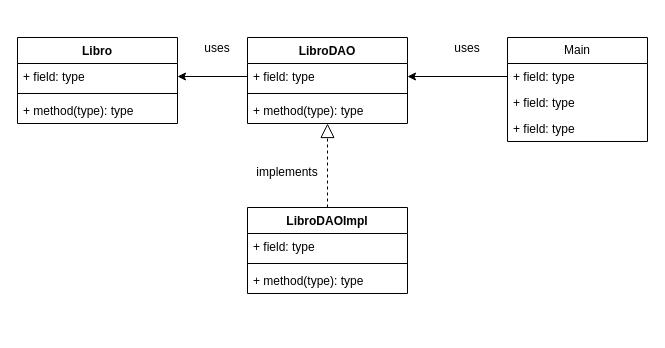
Before: Diagramas/Inventario/DAO.drawio in JorgeADnro/Torres, a draw.io diagram. Source tidied: cells renumbered, new cells numbered last; positions are measured from the earlier drawing's top-left corner, leaving out a move shared by most shapes. Both pictures are drawn from the tidied source at 100%, with x=0, y=0 at pixel (17, 33).
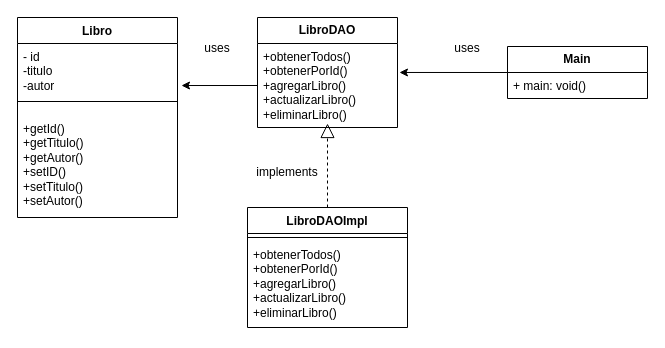
Above is the later version.

Change to the diagram source:
```diff
@@
-    <mxCell id="2" value="Main" style="swimlane;fontStyle=0;horizontal=1;startSize=26;fillColor=none;whiteSpace=wrap;html=1;" parent="1" vertex="1">
-      <mxGeometry x="490" y="4" width="140" height="104" as="geometry" />
+    <mxCell id="2" value="&lt;b&gt;Main&lt;/b&gt;" style="swimlane;fontStyle=0;horizontal=1;startSize=26;fillColor=none;whiteSpace=wrap;html=1;" parent="1" vertex="1">
+      <mxGeometry x="490" y="13" width="140" height="52" as="geometry" />
     </mxCell>
-    <mxCell id="3" value="+ field: type" style="text;strokeColor=none;fillColor=none;align=left;verticalAlign=top;spacingLeft=4;spacingRight=4;overflow=hidden;points=[[0,0.5],[1,0.5]];portConstraint=eastwest;whiteSpace=wrap;html=1;" parent="2" vertex="1">
-      <mxGeometry y="26" width="140" height="26" as="geometry" />
-    </mxCell>
-    <mxCell id="4" value="+ field: type" style="text;strokeColor=none;fillColor=none;align=left;verticalAlign=top;spacingLeft=4;spacingRight=4;overflow=hidden;whiteSpace=wrap;html=1;" parent="2" vertex="1">
-      <mxGeometry y="52" width="140" height="26" as="geometry" />
+    <mxCell id="4" value="+ main: void()" style="text;strokeColor=none;fillColor=none;align=left;verticalAlign=top;spacingLeft=4;spacingRight=4;overflow=hidden;whiteSpace=wrap;html=1;" parent="2" vertex="1">
+      <mxGeometry y="26" width="140" height="26" as="geometry" />
     </mxCell>
-    <mxCell id="5" value="+ field: type" style="text;strokeColor=none;fillColor=none;align=left;verticalAlign=top;spacingLeft=4;spacingRight=4;overflow=hidden;whiteSpace=wrap;html=1;" parent="2" vertex="1">
-      <mxGeometry y="78" width="140" height="26" as="geometry" />
-    </mxCell>
     <mxCell id="6" value="Libro" style="swimlane;fontStyle=1;align=center;verticalAlign=top;horizontal=1;startSize=26;whiteSpace=wrap;html=1;" parent="1" vertex="1">
-      <mxGeometry y="4" width="160" height="86" as="geometry" />
+      <mxGeometry y="-16" width="160" height="200" as="geometry" />
     </mxCell>
-    <mxCell id="7" value="+ field: type" style="text;strokeColor=none;fillColor=none;align=left;verticalAlign=top;spacingLeft=4;spacingRight=4;overflow=hidden;points=[[0,0.5],[1,0.5]];portConstraint=eastwest;whiteSpace=wrap;html=1;" parent="6" vertex="1">
-      <mxGeometry y="26" width="160" height="26" as="geometry" />
+    <mxCell id="7" value="- id&lt;br&gt;-titulo&lt;br&gt;-autor" style="text;strokeColor=none;fillColor=none;align=left;verticalAlign=top;spacingLeft=4;spacingRight=4;overflow=hidden;points=[[0,0.5],[1,0.5]];portConstraint=eastwest;whiteSpace=wrap;html=1;" parent="6" vertex="1">
+      <mxGeometry y="26" width="160" height="44" as="geometry" />
     </mxCell>
     <mxCell id="8" style="line;strokeWidth=1;fillColor=none;align=left;verticalAlign=middle;spacingTop=-1;spacingLeft=3;spacingRight=3;labelPosition=right;strokeColor=inherit;" parent="6" vertex="1">
-      <mxGeometry y="52" width="160" height="8" as="geometry" />
+      <mxGeometry y="70" width="160" height="28" as="geometry" />
     </mxCell>
-    <mxCell id="9" value="+ method(type): type" style="text;strokeColor=none;fillColor=none;align=left;verticalAlign=top;spacingLeft=4;spacingRight=4;overflow=hidden;whiteSpace=wrap;html=1;" parent="6" vertex="1">
-      <mxGeometry y="60" width="160" height="26" as="geometry" />
+    <mxCell id="9" value="+getId()&lt;br&gt;+getTitulo()&lt;br&gt;+getAutor()&lt;br&gt;+setID()&lt;br&gt;+setTitulo()&lt;br&gt;+setAutor()" style="text;strokeColor=none;fillColor=none;align=left;verticalAlign=top;spacingLeft=4;spacingRight=4;overflow=hidden;whiteSpace=wrap;html=1;" parent="6" vertex="1">
+      <mxGeometry y="98" width="160" height="102" as="geometry" />
     </mxCell>
-    <mxCell id="10" value="LibroDAO" style="swimlane;fontStyle=1;align=center;verticalAlign=top;horizontal=1;startSize=26;whiteSpace=wrap;html=1;" parent="1" vertex="1">
-      <mxGeometry x="230" y="4" width="160" height="86" as="geometry" />
-    </mxCell>
-    <mxCell id="11" value="+ field: type" style="text;strokeColor=none;fillColor=none;align=left;verticalAlign=top;spacingLeft=4;spacingRight=4;overflow=hidden;points=[[0,0.5],[1,0.5]];portConstraint=eastwest;whiteSpace=wrap;html=1;" parent="10" vertex="1">
-      <mxGeometry y="26" width="160" height="26" as="geometry" />
-    </mxCell>
-    <mxCell id="12" style="line;strokeWidth=1;fillColor=none;align=left;verticalAlign=middle;spacingTop=-1;spacingLeft=3;spacingRight=3;labelPosition=right;strokeColor=inherit;" parent="10" vertex="1">
-      <mxGeometry y="52" width="160" height="8" as="geometry" />
-    </mxCell>
-    <mxCell id="13" value="+ method(type): type" style="text;strokeColor=none;fillColor=none;align=left;verticalAlign=top;spacingLeft=4;spacingRight=4;overflow=hidden;points=[[0,0.5],[1,0.5]];portConstraint=eastwest;whiteSpace=wrap;html=1;" parent="10" vertex="1">
-      <mxGeometry y="60" width="160" height="26" as="geometry" />
-    </mxCell>
     <mxCell id="14" value="LibroDAOImpl" style="swimlane;fontStyle=1;align=center;verticalAlign=top;horizontal=1;startSize=26;whiteSpace=wrap;html=1;" parent="1" vertex="1">
-      <mxGeometry x="230" y="174" width="160" height="86" as="geometry" />
+      <mxGeometry x="230" y="174" width="160" height="120" as="geometry" />
     </mxCell>
-    <mxCell id="15" value="+ field: type" style="text;strokeColor=none;fillColor=none;align=left;verticalAlign=top;spacingLeft=4;spacingRight=4;overflow=hidden;whiteSpace=wrap;html=1;" parent="14" vertex="1">
-      <mxGeometry y="26" width="160" height="26" as="geometry" />
-    </mxCell>
     <mxCell id="16" style="line;strokeWidth=1;fillColor=none;align=left;verticalAlign=middle;spacingTop=-1;spacingLeft=3;spacingRight=3;labelPosition=right;strokeColor=inherit;" parent="14" vertex="1">
-      <mxGeometry y="52" width="160" height="8" as="geometry" />
+      <mxGeometry y="26" width="160" height="8" as="geometry" />
     </mxCell>
-    <mxCell id="17" value="+ method(type): type" style="text;strokeColor=none;fillColor=none;align=left;verticalAlign=top;spacingLeft=4;spacingRight=4;overflow=hidden;whiteSpace=wrap;html=1;" parent="14" vertex="1">
-      <mxGeometry y="60" width="160" height="26" as="geometry" />
+    <mxCell id="17" value="&lt;div&gt;+obtenerTodos()&lt;/div&gt;&lt;div&gt;+obtenerPorId()&lt;/div&gt;&lt;div&gt;+agregarLibro()&lt;/div&gt;&lt;div&gt;+actualizarLibro()&lt;/div&gt;&lt;div&gt;+eliminarLibro()&lt;/div&gt;" style="text;strokeColor=none;fillColor=none;align=left;verticalAlign=top;spacingLeft=4;spacingRight=4;overflow=hidden;whiteSpace=wrap;html=1;" parent="14" vertex="1">
+      <mxGeometry y="34" width="160" height="86" as="geometry" />
     </mxCell>
-    <mxCell id="18" style="endArrow=block;dashed=1;endFill=0;endSize=12;html=1;rounded=0;exitX=0.5;exitY=0;exitDx=0;exitDy=0;entryX=0.5;entryY=1;entryDx=0;entryDy=0;entryPerimeter=0;" parent="1" edge="1" source="14" target="13">
-      <mxGeometry relative="1" as="geometry" />
+    <mxCell id="18" style="endArrow=block;dashed=1;endFill=0;endSize=12;html=1;rounded=0;exitX=0.5;exitY=0;exitDx=0;exitDy=0;entryX=0.5;entryY=1;entryDx=0;entryDy=0;entryPerimeter=0;" parent="1" edge="1" source="14">
+      <mxGeometry relative="1" as="geometry">
+        <mxPoint x="310" y="90" as="targetPoint" />
+      </mxGeometry>
     </mxCell>
-    <mxCell id="19" style="edgeStyle=orthogonalEdgeStyle;rounded=0;jettySize=auto;html=1;exitX=0;exitY=0.5;exitDx=0;exitDy=0;entryX=1;entryY=0.5;entryDx=0;entryDy=0;" parent="1" edge="1" source="11" target="7">
-      <mxGeometry relative="1" as="geometry" />
-    </mxCell>
-    <mxCell id="20" style="edgeStyle=orthogonalEdgeStyle;rounded=0;jettySize=auto;html=1;exitX=0;exitY=0.5;exitDx=0;exitDy=0;entryX=1;entryY=0.5;entryDx=0;entryDy=0;" parent="1" edge="1" source="3" target="11">
-      <mxGeometry relative="1" as="geometry" />
-    </mxCell>
@@
+    <mxCell id="10" value="&lt;b&gt;LibroDAO&lt;/b&gt;" style="swimlane;fontStyle=0;horizontal=1;startSize=26;fillColor=none;whiteSpace=wrap;html=1;" parent="1" vertex="1">
+      <mxGeometry x="240" y="-16" width="140" height="110" as="geometry" />
+    </mxCell>
+    <mxCell id="24" value="&lt;div&gt;+obtenerTodos()&lt;/div&gt;&lt;div&gt;+obtenerPorId()&lt;/div&gt;&lt;div&gt;+agregarLibro()&lt;/div&gt;&lt;div&gt;+actualizarLibro()&lt;/div&gt;&lt;div&gt;+eliminarLibro()&lt;/div&gt;" style="text;strokeColor=none;fillColor=none;align=left;verticalAlign=top;spacingLeft=4;spacingRight=4;overflow=hidden;points=[[0,0.5],[1,0.5]];portConstraint=eastwest;whiteSpace=wrap;html=1;" parent="10" vertex="1">
+      <mxGeometry y="26" width="140" height="84" as="geometry" />
+    </mxCell>
+    <mxCell id="25" style="edgeStyle=orthogonalEdgeStyle;rounded=0;jettySize=auto;html=1;exitX=0;exitY=0.5;exitDx=0;exitDy=0;entryX=1.014;entryY=0.345;entryDx=0;entryDy=0;entryPerimeter=0;" parent="1" edge="1" source="2" target="24">
+      <mxGeometry relative="1" as="geometry" />
+    </mxCell>
+    <mxCell id="26" style="edgeStyle=orthogonalEdgeStyle;rounded=0;jettySize=auto;html=1;exitX=0;exitY=0.5;exitDx=0;exitDy=0;entryX=1.025;entryY=0.955;entryDx=0;entryDy=0;entryPerimeter=0;" parent="1" edge="1" source="24" target="7">
+      <mxGeometry relative="1" as="geometry" />
+    </mxCell>
```
